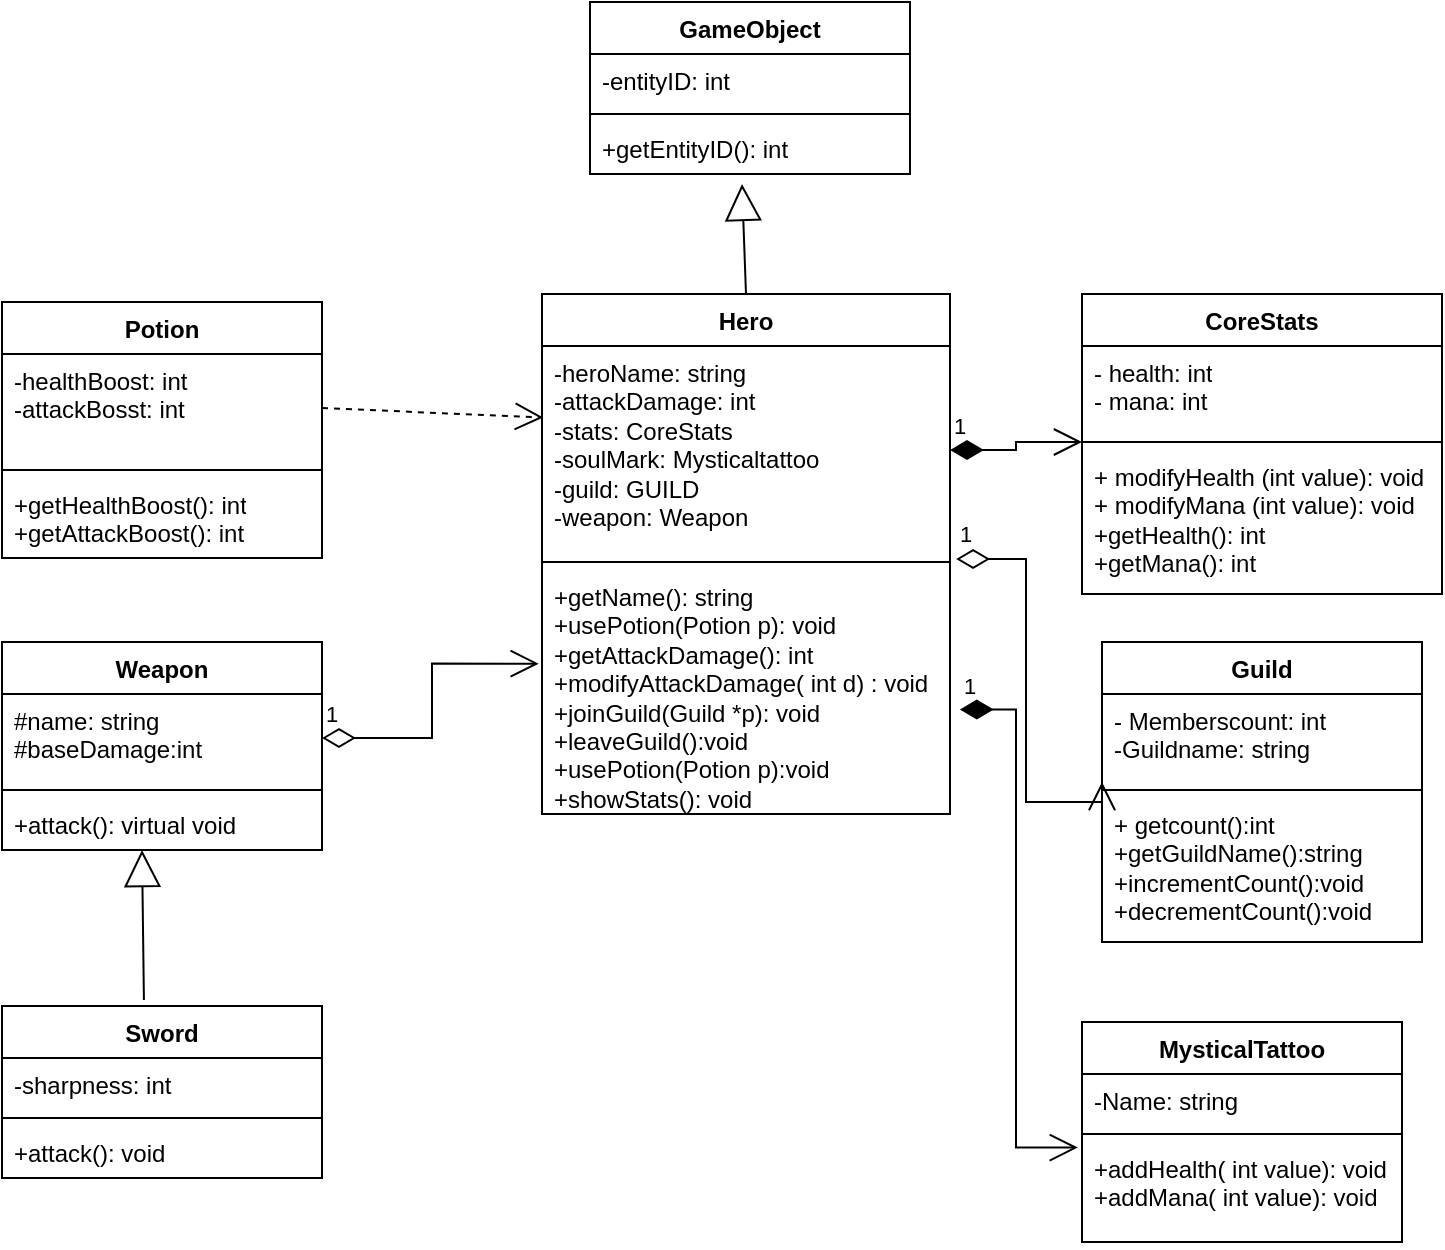
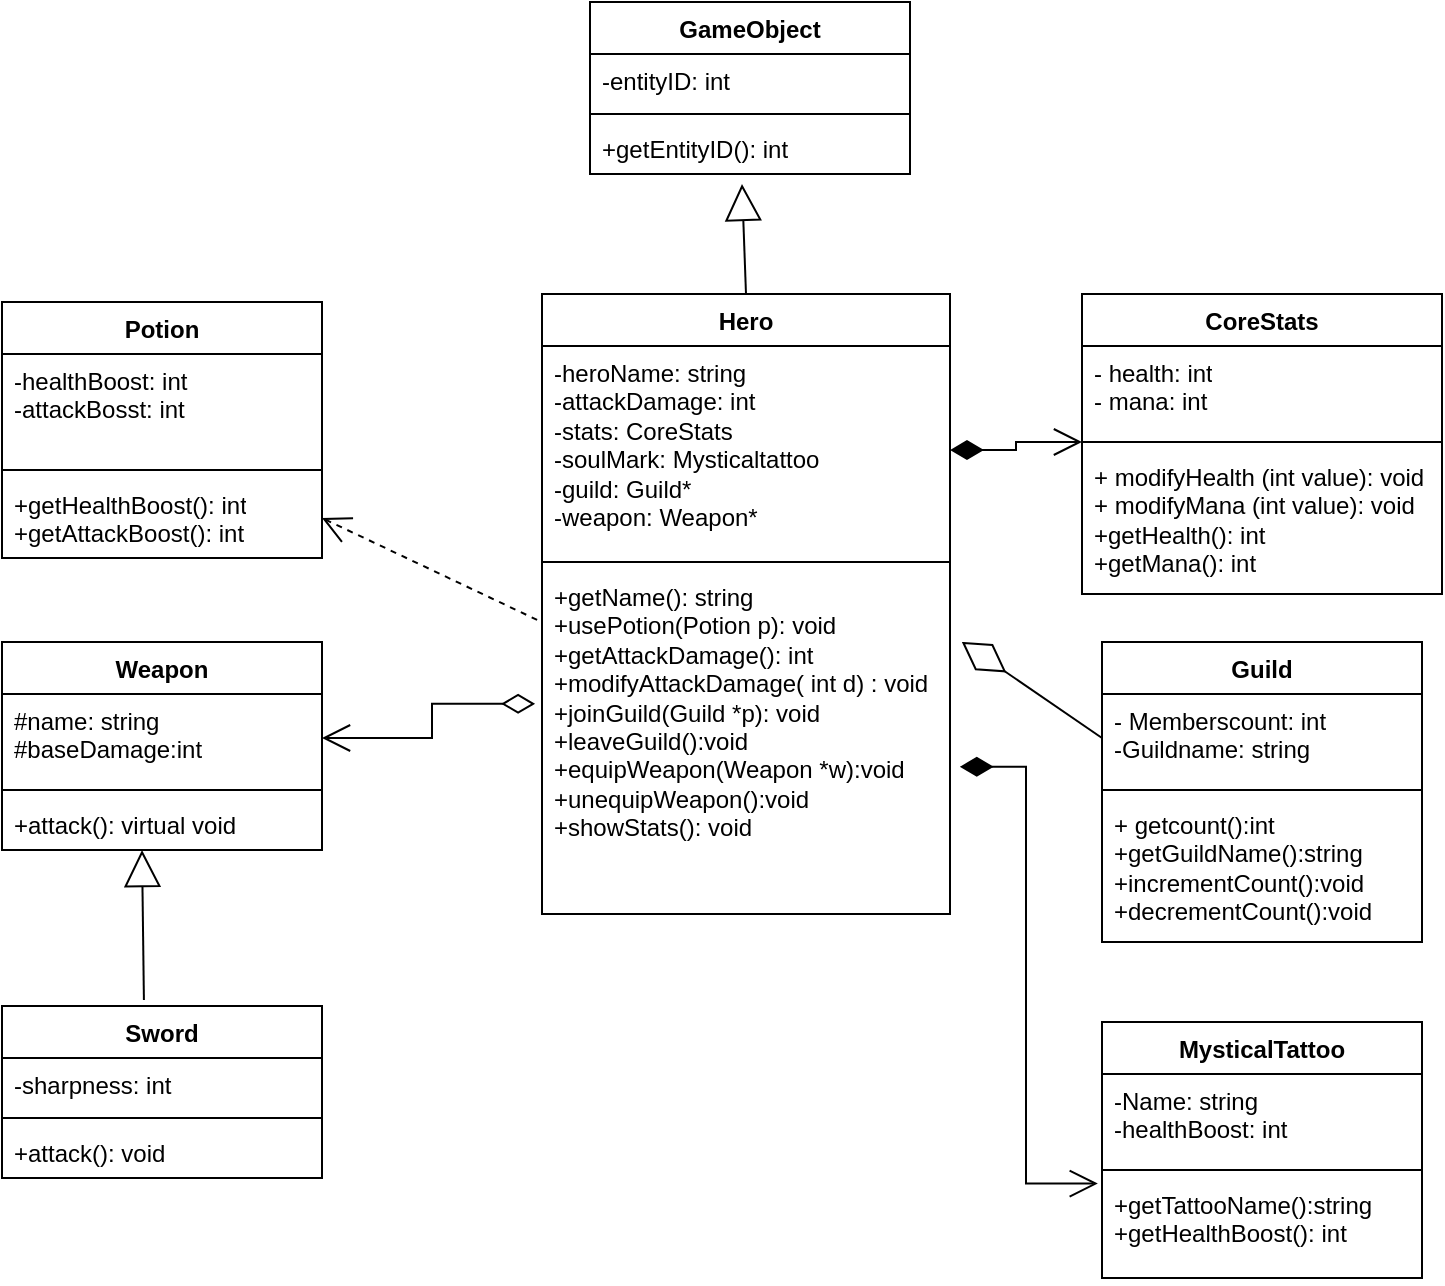
- <mxfile host="Electron" modified="2026-05-22T20:12:13.786Z" agent="Mozilla/5.0 (Windows NT 10.0; Win64; x64) AppleWebKit/537.36 (KHTML, like Gecko) draw.io/24.4.0 Chrome/120.0.6099.109 Electron/28.1.0 Safari/537.36" etag="lQUTYoCUC-oT0JasWb9x" version="24.4.0" type="device">
+ <mxfile host="Electron" modified="2026-05-22T21:52:11.725Z" agent="Mozilla/5.0 (Windows NT 10.0; Win64; x64) AppleWebKit/537.36 (KHTML, like Gecko) draw.io/24.4.0 Chrome/120.0.6099.109 Electron/28.1.0 Safari/537.36" etag="kLW5M1TuMs0XF8sQM5S_" version="24.4.0" type="device">
  <diagram id="C5RBs43oDa-KdzZeNtuy" name="Page-1">
-     <mxGraphModel dx="823" dy="491" grid="1" gridSize="10" guides="1" tooltips="1" connect="1" arrows="1" fold="1" page="1" pageScale="1" pageWidth="827" pageHeight="1169" math="0" shadow="0">
+     <mxGraphModel dx="864" dy="516" grid="1" gridSize="10" guides="1" tooltips="1" connect="1" arrows="1" fold="1" page="1" pageScale="1" pageWidth="827" pageHeight="1169" math="0" shadow="0">
      <root>
        <mxCell id="WIyWlLk6GJQsqaUBKTNV-0" />
        <mxCell id="WIyWlLk6GJQsqaUBKTNV-1" parent="WIyWlLk6GJQsqaUBKTNV-0" />
        <mxCell id="p3vUgTUbWygCvYEN91rt-4" value="Hero" style="swimlane;fontStyle=1;align=center;verticalAlign=top;childLayout=stackLayout;horizontal=1;startSize=26;horizontalStack=0;resizeParent=1;resizeParentMax=0;resizeLast=0;collapsible=1;marginBottom=0;whiteSpace=wrap;html=1;" vertex="1" parent="WIyWlLk6GJQsqaUBKTNV-1">
-           <mxGeometry x="310" y="166" width="204" height="260" as="geometry" />
+           <mxGeometry x="310" y="166" width="204" height="310" as="geometry" />
        </mxCell>
-         <mxCell id="p3vUgTUbWygCvYEN91rt-5" value="-heroName: string&lt;div&gt;-attackDamage: int&lt;/div&gt;&lt;div&gt;-stats: CoreStats&lt;/div&gt;&lt;div&gt;-soulMark: Mysticaltattoo&lt;/div&gt;&lt;div&gt;-guild: GUILD&lt;/div&gt;&lt;div&gt;-weapon: Weapon&lt;/div&gt;&lt;div&gt;&lt;br&gt;&lt;/div&gt;" style="text;strokeColor=none;fillColor=none;align=left;verticalAlign=top;spacingLeft=4;spacingRight=4;overflow=hidden;rotatable=0;points=[[0,0.5],[1,0.5]];portConstraint=eastwest;whiteSpace=wrap;html=1;" vertex="1" parent="p3vUgTUbWygCvYEN91rt-4">
+         <mxCell id="p3vUgTUbWygCvYEN91rt-5" value="-heroName: string&lt;div&gt;-attackDamage: int&lt;/div&gt;&lt;div&gt;-stats: CoreStats&lt;/div&gt;&lt;div&gt;-soulMark: Mysticaltattoo&lt;/div&gt;&lt;div&gt;-guild: Guild*&lt;/div&gt;&lt;div&gt;-weapon: Weapon*&lt;/div&gt;&lt;div&gt;&lt;br&gt;&lt;/div&gt;" style="text;strokeColor=none;fillColor=none;align=left;verticalAlign=top;spacingLeft=4;spacingRight=4;overflow=hidden;rotatable=0;points=[[0,0.5],[1,0.5]];portConstraint=eastwest;whiteSpace=wrap;html=1;" vertex="1" parent="p3vUgTUbWygCvYEN91rt-4">
          <mxGeometry y="26" width="204" height="104" as="geometry" />
        </mxCell>
        <mxCell id="p3vUgTUbWygCvYEN91rt-6" value="" style="line;strokeWidth=1;fillColor=none;align=left;verticalAlign=middle;spacingTop=-1;spacingLeft=3;spacingRight=3;rotatable=0;labelPosition=right;points=[];portConstraint=eastwest;strokeColor=inherit;" vertex="1" parent="p3vUgTUbWygCvYEN91rt-4">
          <mxGeometry y="130" width="204" height="8" as="geometry" />
        </mxCell>
-         <mxCell id="p3vUgTUbWygCvYEN91rt-7" value="+getName(): string&lt;div&gt;+usePotion(Potion p): void&lt;/div&gt;&lt;div&gt;+getAttackDamage(): int&lt;/div&gt;&lt;div&gt;+modifyAttackDamage( int d) : void&lt;/div&gt;&lt;div&gt;+joinGuild(Guild *p): void&lt;/div&gt;&lt;div&gt;+leaveGuild():void&lt;/div&gt;&lt;div&gt;+usePotion(Potion p):void&lt;/div&gt;&lt;div&gt;+showStats(): void&lt;/div&gt;&lt;div&gt;&lt;br&gt;&lt;div&gt;&lt;br&gt;&lt;/div&gt;&lt;/div&gt;" style="text;strokeColor=none;fillColor=none;align=left;verticalAlign=top;spacingLeft=4;spacingRight=4;overflow=hidden;rotatable=0;points=[[0,0.5],[1,0.5]];portConstraint=eastwest;whiteSpace=wrap;html=1;" vertex="1" parent="p3vUgTUbWygCvYEN91rt-4">
-           <mxGeometry y="138" width="204" height="122" as="geometry" />
+         <mxCell id="p3vUgTUbWygCvYEN91rt-7" value="+getName(): string&lt;div&gt;+usePotion(Potion p): void&lt;/div&gt;&lt;div&gt;+getAttackDamage(): int&lt;/div&gt;&lt;div&gt;+modifyAttackDamage( int d) : void&lt;/div&gt;&lt;div&gt;+joinGuild(Guild *p): void&lt;/div&gt;&lt;div&gt;+leaveGuild():void&lt;/div&gt;&lt;div&gt;&lt;span style=&quot;background-color: initial;&quot;&gt;+equipWeapon(Weapon *w):void&lt;/span&gt;&lt;/div&gt;&lt;div&gt;&lt;span style=&quot;background-color: initial;&quot;&gt;+unequipWeapon():void&lt;/span&gt;&lt;/div&gt;&lt;div&gt;&lt;span style=&quot;background-color: initial;&quot;&gt;+showStats(): void&lt;/span&gt;&lt;br&gt;&lt;/div&gt;&lt;div&gt;&lt;br&gt;&lt;div&gt;&lt;br&gt;&lt;/div&gt;&lt;/div&gt;" style="text;strokeColor=none;fillColor=none;align=left;verticalAlign=top;spacingLeft=4;spacingRight=4;overflow=hidden;rotatable=0;points=[[0,0.5],[1,0.5]];portConstraint=eastwest;whiteSpace=wrap;html=1;" vertex="1" parent="p3vUgTUbWygCvYEN91rt-4">
+           <mxGeometry y="138" width="204" height="172" as="geometry" />
        </mxCell>
        <mxCell id="p3vUgTUbWygCvYEN91rt-8" value="CoreStats" style="swimlane;fontStyle=1;align=center;verticalAlign=top;childLayout=stackLayout;horizontal=1;startSize=26;horizontalStack=0;resizeParent=1;resizeParentMax=0;resizeLast=0;collapsible=1;marginBottom=0;whiteSpace=wrap;html=1;" vertex="1" parent="WIyWlLk6GJQsqaUBKTNV-1">
          <mxGeometry x="580" y="166" width="180" height="150" as="geometry" />
        </mxCell>
        <mxCell id="p3vUgTUbWygCvYEN91rt-9" value="- health: int&lt;div&gt;- mana: int&lt;/div&gt;" style="text;strokeColor=none;fillColor=none;align=left;verticalAlign=top;spacingLeft=4;spacingRight=4;overflow=hidden;rotatable=0;points=[[0,0.5],[1,0.5]];portConstraint=eastwest;whiteSpace=wrap;html=1;" vertex="1" parent="p3vUgTUbWygCvYEN91rt-8">
          <mxGeometry y="26" width="180" height="44" as="geometry" />
        </mxCell>
        <mxCell id="p3vUgTUbWygCvYEN91rt-10" value="" style="line;strokeWidth=1;fillColor=none;align=left;verticalAlign=middle;spacingTop=-1;spacingLeft=3;spacingRight=3;rotatable=0;labelPosition=right;points=[];portConstraint=eastwest;strokeColor=inherit;" vertex="1" parent="p3vUgTUbWygCvYEN91rt-8">
          <mxGeometry y="70" width="180" height="8" as="geometry" />
        </mxCell>
        <mxCell id="p3vUgTUbWygCvYEN91rt-11" value="+ modifyHealth (int value): void&lt;div&gt;+ modifyMana (int value): void&lt;/div&gt;&lt;div&gt;+getHealth(): int&lt;/div&gt;&lt;div&gt;+getMana(): int&lt;/div&gt;&lt;div&gt;&lt;br&gt;&lt;div&gt;&lt;br&gt;&lt;/div&gt;&lt;/div&gt;" style="text;strokeColor=none;fillColor=none;align=left;verticalAlign=top;spacingLeft=4;spacingRight=4;overflow=hidden;rotatable=0;points=[[0,0.5],[1,0.5]];portConstraint=eastwest;whiteSpace=wrap;html=1;" vertex="1" parent="p3vUgTUbWygCvYEN91rt-8">
          <mxGeometry y="78" width="180" height="72" as="geometry" />
        </mxCell>
        <mxCell id="p3vUgTUbWygCvYEN91rt-12" value="MysticalTattoo" style="swimlane;fontStyle=1;align=center;verticalAlign=top;childLayout=stackLayout;horizontal=1;startSize=26;horizontalStack=0;resizeParent=1;resizeParentMax=0;resizeLast=0;collapsible=1;marginBottom=0;whiteSpace=wrap;html=1;" vertex="1" parent="WIyWlLk6GJQsqaUBKTNV-1">
-           <mxGeometry x="580" y="530" width="160" height="110" as="geometry" />
+           <mxGeometry x="590" y="530" width="160" height="128" as="geometry" />
        </mxCell>
-         <mxCell id="p3vUgTUbWygCvYEN91rt-13" value="-Name: string" style="text;strokeColor=none;fillColor=none;align=left;verticalAlign=top;spacingLeft=4;spacingRight=4;overflow=hidden;rotatable=0;points=[[0,0.5],[1,0.5]];portConstraint=eastwest;whiteSpace=wrap;html=1;" vertex="1" parent="p3vUgTUbWygCvYEN91rt-12">
-           <mxGeometry y="26" width="160" height="26" as="geometry" />
+         <mxCell id="p3vUgTUbWygCvYEN91rt-13" value="-Name: string&lt;div&gt;-healthBoost: int&lt;/div&gt;" style="text;strokeColor=none;fillColor=none;align=left;verticalAlign=top;spacingLeft=4;spacingRight=4;overflow=hidden;rotatable=0;points=[[0,0.5],[1,0.5]];portConstraint=eastwest;whiteSpace=wrap;html=1;" vertex="1" parent="p3vUgTUbWygCvYEN91rt-12">
+           <mxGeometry y="26" width="160" height="44" as="geometry" />
        </mxCell>
        <mxCell id="p3vUgTUbWygCvYEN91rt-14" value="" style="line;strokeWidth=1;fillColor=none;align=left;verticalAlign=middle;spacingTop=-1;spacingLeft=3;spacingRight=3;rotatable=0;labelPosition=right;points=[];portConstraint=eastwest;strokeColor=inherit;" vertex="1" parent="p3vUgTUbWygCvYEN91rt-12">
-           <mxGeometry y="52" width="160" height="8" as="geometry" />
+           <mxGeometry y="70" width="160" height="8" as="geometry" />
        </mxCell>
-         <mxCell id="p3vUgTUbWygCvYEN91rt-15" value="+addHealth( int value): void&lt;div&gt;+addMana( int value): void&lt;/div&gt;" style="text;strokeColor=none;fillColor=none;align=left;verticalAlign=top;spacingLeft=4;spacingRight=4;overflow=hidden;rotatable=0;points=[[0,0.5],[1,0.5]];portConstraint=eastwest;whiteSpace=wrap;html=1;" vertex="1" parent="p3vUgTUbWygCvYEN91rt-12">
-           <mxGeometry y="60" width="160" height="50" as="geometry" />
+         <mxCell id="p3vUgTUbWygCvYEN91rt-15" value="+getTattooName():string&lt;div&gt;+getHealthBoost(): int&lt;/div&gt;" style="text;strokeColor=none;fillColor=none;align=left;verticalAlign=top;spacingLeft=4;spacingRight=4;overflow=hidden;rotatable=0;points=[[0,0.5],[1,0.5]];portConstraint=eastwest;whiteSpace=wrap;html=1;" vertex="1" parent="p3vUgTUbWygCvYEN91rt-12">
+           <mxGeometry y="78" width="160" height="50" as="geometry" />
        </mxCell>
        <mxCell id="p3vUgTUbWygCvYEN91rt-16" value="Guild" style="swimlane;fontStyle=1;align=center;verticalAlign=top;childLayout=stackLayout;horizontal=1;startSize=26;horizontalStack=0;resizeParent=1;resizeParentMax=0;resizeLast=0;collapsible=1;marginBottom=0;whiteSpace=wrap;html=1;" vertex="1" parent="WIyWlLk6GJQsqaUBKTNV-1">
          <mxGeometry x="590" y="340" width="160" height="150" as="geometry" />
        </mxCell>
        <mxCell id="p3vUgTUbWygCvYEN91rt-17" value="- Memberscount: int&lt;div&gt;-Guildname: string&lt;/div&gt;" style="text;strokeColor=none;fillColor=none;align=left;verticalAlign=top;spacingLeft=4;spacingRight=4;overflow=hidden;rotatable=0;points=[[0,0.5],[1,0.5]];portConstraint=eastwest;whiteSpace=wrap;html=1;" vertex="1" parent="p3vUgTUbWygCvYEN91rt-16">
          <mxGeometry y="26" width="160" height="44" as="geometry" />
        </mxCell>
        <mxCell id="p3vUgTUbWygCvYEN91rt-18" value="" style="line;strokeWidth=1;fillColor=none;align=left;verticalAlign=middle;spacingTop=-1;spacingLeft=3;spacingRight=3;rotatable=0;labelPosition=right;points=[];portConstraint=eastwest;strokeColor=inherit;" vertex="1" parent="p3vUgTUbWygCvYEN91rt-16">
          <mxGeometry y="70" width="160" height="8" as="geometry" />
        </mxCell>
        <mxCell id="p3vUgTUbWygCvYEN91rt-19" value="+ getcount():int&lt;div&gt;+getGuildName():string&lt;br&gt;&lt;div&gt;+incrementCount():void&lt;/div&gt;&lt;div&gt;+decrementCount():void&lt;br&gt;&lt;div&gt;&lt;br&gt;&lt;/div&gt;&lt;/div&gt;&lt;/div&gt;" style="text;strokeColor=none;fillColor=none;align=left;verticalAlign=top;spacingLeft=4;spacingRight=4;overflow=hidden;rotatable=0;points=[[0,0.5],[1,0.5]];portConstraint=eastwest;whiteSpace=wrap;html=1;" vertex="1" parent="p3vUgTUbWygCvYEN91rt-16">
          <mxGeometry y="78" width="160" height="72" as="geometry" />
        </mxCell>
        <mxCell id="p3vUgTUbWygCvYEN91rt-20" value="Weapon" style="swimlane;fontStyle=1;align=center;verticalAlign=top;childLayout=stackLayout;horizontal=1;startSize=26;horizontalStack=0;resizeParent=1;resizeParentMax=0;resizeLast=0;collapsible=1;marginBottom=0;whiteSpace=wrap;html=1;" vertex="1" parent="WIyWlLk6GJQsqaUBKTNV-1">
          <mxGeometry x="40" y="340" width="160" height="104" as="geometry" />
        </mxCell>
        <mxCell id="p3vUgTUbWygCvYEN91rt-21" value="#name: string&lt;div&gt;#baseDamage:int&lt;br&gt;&lt;div&gt;&lt;br&gt;&lt;/div&gt;&lt;/div&gt;" style="text;strokeColor=none;fillColor=none;align=left;verticalAlign=top;spacingLeft=4;spacingRight=4;overflow=hidden;rotatable=0;points=[[0,0.5],[1,0.5]];portConstraint=eastwest;whiteSpace=wrap;html=1;" vertex="1" parent="p3vUgTUbWygCvYEN91rt-20">
          <mxGeometry y="26" width="160" height="44" as="geometry" />
        </mxCell>
        <mxCell id="p3vUgTUbWygCvYEN91rt-22" value="" style="line;strokeWidth=1;fillColor=none;align=left;verticalAlign=middle;spacingTop=-1;spacingLeft=3;spacingRight=3;rotatable=0;labelPosition=right;points=[];portConstraint=eastwest;strokeColor=inherit;" vertex="1" parent="p3vUgTUbWygCvYEN91rt-20">
          <mxGeometry y="70" width="160" height="8" as="geometry" />
        </mxCell>
        <mxCell id="p3vUgTUbWygCvYEN91rt-23" value="+attack(): virtual void" style="text;strokeColor=none;fillColor=none;align=left;verticalAlign=top;spacingLeft=4;spacingRight=4;overflow=hidden;rotatable=0;points=[[0,0.5],[1,0.5]];portConstraint=eastwest;whiteSpace=wrap;html=1;" vertex="1" parent="p3vUgTUbWygCvYEN91rt-20">
          <mxGeometry y="78" width="160" height="26" as="geometry" />
        </mxCell>
        <mxCell id="p3vUgTUbWygCvYEN91rt-24" value="Potion" style="swimlane;fontStyle=1;align=center;verticalAlign=top;childLayout=stackLayout;horizontal=1;startSize=26;horizontalStack=0;resizeParent=1;resizeParentMax=0;resizeLast=0;collapsible=1;marginBottom=0;whiteSpace=wrap;html=1;" vertex="1" parent="WIyWlLk6GJQsqaUBKTNV-1">
          <mxGeometry x="40" y="170" width="160" height="128" as="geometry" />
        </mxCell>
        <mxCell id="p3vUgTUbWygCvYEN91rt-25" value="-healthBoost: int&lt;div&gt;-attackBosst: int&lt;/div&gt;" style="text;strokeColor=none;fillColor=none;align=left;verticalAlign=top;spacingLeft=4;spacingRight=4;overflow=hidden;rotatable=0;points=[[0,0.5],[1,0.5]];portConstraint=eastwest;whiteSpace=wrap;html=1;" vertex="1" parent="p3vUgTUbWygCvYEN91rt-24">
          <mxGeometry y="26" width="160" height="54" as="geometry" />
        </mxCell>
        <mxCell id="p3vUgTUbWygCvYEN91rt-26" value="" style="line;strokeWidth=1;fillColor=none;align=left;verticalAlign=middle;spacingTop=-1;spacingLeft=3;spacingRight=3;rotatable=0;labelPosition=right;points=[];portConstraint=eastwest;strokeColor=inherit;" vertex="1" parent="p3vUgTUbWygCvYEN91rt-24">
          <mxGeometry y="80" width="160" height="8" as="geometry" />
        </mxCell>
        <mxCell id="p3vUgTUbWygCvYEN91rt-27" value="+getHealthBoost(): int&lt;div&gt;+getAttackBoost(): int&lt;/div&gt;" style="text;strokeColor=none;fillColor=none;align=left;verticalAlign=top;spacingLeft=4;spacingRight=4;overflow=hidden;rotatable=0;points=[[0,0.5],[1,0.5]];portConstraint=eastwest;whiteSpace=wrap;html=1;" vertex="1" parent="p3vUgTUbWygCvYEN91rt-24">
          <mxGeometry y="88" width="160" height="40" as="geometry" />
        </mxCell>
        <mxCell id="p3vUgTUbWygCvYEN91rt-28" value="Sword" style="swimlane;fontStyle=1;align=center;verticalAlign=top;childLayout=stackLayout;horizontal=1;startSize=26;horizontalStack=0;resizeParent=1;resizeParentMax=0;resizeLast=0;collapsible=1;marginBottom=0;whiteSpace=wrap;html=1;" vertex="1" parent="WIyWlLk6GJQsqaUBKTNV-1">
          <mxGeometry x="40" y="522" width="160" height="86" as="geometry" />
        </mxCell>
        <mxCell id="p3vUgTUbWygCvYEN91rt-29" value="-sharpness: int" style="text;strokeColor=none;fillColor=none;align=left;verticalAlign=top;spacingLeft=4;spacingRight=4;overflow=hidden;rotatable=0;points=[[0,0.5],[1,0.5]];portConstraint=eastwest;whiteSpace=wrap;html=1;" vertex="1" parent="p3vUgTUbWygCvYEN91rt-28">
          <mxGeometry y="26" width="160" height="26" as="geometry" />
        </mxCell>
        <mxCell id="p3vUgTUbWygCvYEN91rt-30" value="" style="line;strokeWidth=1;fillColor=none;align=left;verticalAlign=middle;spacingTop=-1;spacingLeft=3;spacingRight=3;rotatable=0;labelPosition=right;points=[];portConstraint=eastwest;strokeColor=inherit;" vertex="1" parent="p3vUgTUbWygCvYEN91rt-28">
          <mxGeometry y="52" width="160" height="8" as="geometry" />
        </mxCell>
        <mxCell id="p3vUgTUbWygCvYEN91rt-31" value="+attack(): void" style="text;strokeColor=none;fillColor=none;align=left;verticalAlign=top;spacingLeft=4;spacingRight=4;overflow=hidden;rotatable=0;points=[[0,0.5],[1,0.5]];portConstraint=eastwest;whiteSpace=wrap;html=1;" vertex="1" parent="p3vUgTUbWygCvYEN91rt-28">
          <mxGeometry y="60" width="160" height="26" as="geometry" />
        </mxCell>
        <mxCell id="p3vUgTUbWygCvYEN91rt-33" value="GameObject" style="swimlane;fontStyle=1;align=center;verticalAlign=top;childLayout=stackLayout;horizontal=1;startSize=26;horizontalStack=0;resizeParent=1;resizeParentMax=0;resizeLast=0;collapsible=1;marginBottom=0;whiteSpace=wrap;html=1;" vertex="1" parent="WIyWlLk6GJQsqaUBKTNV-1">
          <mxGeometry x="334" y="20" width="160" height="86" as="geometry" />
        </mxCell>
        <mxCell id="p3vUgTUbWygCvYEN91rt-34" value="-entityID: int" style="text;strokeColor=none;fillColor=none;align=left;verticalAlign=top;spacingLeft=4;spacingRight=4;overflow=hidden;rotatable=0;points=[[0,0.5],[1,0.5]];portConstraint=eastwest;whiteSpace=wrap;html=1;" vertex="1" parent="p3vUgTUbWygCvYEN91rt-33">
          <mxGeometry y="26" width="160" height="26" as="geometry" />
        </mxCell>
        <mxCell id="p3vUgTUbWygCvYEN91rt-35" value="" style="line;strokeWidth=1;fillColor=none;align=left;verticalAlign=middle;spacingTop=-1;spacingLeft=3;spacingRight=3;rotatable=0;labelPosition=right;points=[];portConstraint=eastwest;strokeColor=inherit;" vertex="1" parent="p3vUgTUbWygCvYEN91rt-33">
          <mxGeometry y="52" width="160" height="8" as="geometry" />
        </mxCell>
        <mxCell id="p3vUgTUbWygCvYEN91rt-36" value="+getEntityID(): int" style="text;strokeColor=none;fillColor=none;align=left;verticalAlign=top;spacingLeft=4;spacingRight=4;overflow=hidden;rotatable=0;points=[[0,0.5],[1,0.5]];portConstraint=eastwest;whiteSpace=wrap;html=1;" vertex="1" parent="p3vUgTUbWygCvYEN91rt-33">
          <mxGeometry y="60" width="160" height="26" as="geometry" />
        </mxCell>
        <mxCell id="p3vUgTUbWygCvYEN91rt-41" value="" style="endArrow=block;endSize=16;endFill=0;html=1;rounded=0;exitX=0.5;exitY=0;exitDx=0;exitDy=0;entryX=0.475;entryY=1.192;entryDx=0;entryDy=0;entryPerimeter=0;" edge="1" parent="WIyWlLk6GJQsqaUBKTNV-1" source="p3vUgTUbWygCvYEN91rt-4" target="p3vUgTUbWygCvYEN91rt-36">
          <mxGeometry width="160" relative="1" as="geometry">
            <mxPoint x="330" y="270" as="sourcePoint" />
            <mxPoint x="490" y="270" as="targetPoint" />
          </mxGeometry>
        </mxCell>
        <mxCell id="p3vUgTUbWygCvYEN91rt-42" value="" style="endArrow=block;endSize=16;endFill=0;html=1;rounded=0;exitX=0.5;exitY=0;exitDx=0;exitDy=0;" edge="1" parent="WIyWlLk6GJQsqaUBKTNV-1">
          <mxGeometry width="160" relative="1" as="geometry">
            <mxPoint x="110.95999999999995" y="519" as="sourcePoint" />
            <mxPoint x="110" y="444" as="targetPoint" />
          </mxGeometry>
        </mxCell>
-         <mxCell id="p3vUgTUbWygCvYEN91rt-43" value="1" style="endArrow=open;html=1;endSize=12;startArrow=diamondThin;startSize=14;startFill=1;edgeStyle=orthogonalEdgeStyle;align=left;verticalAlign=bottom;rounded=0;exitX=1;exitY=0.5;exitDx=0;exitDy=0;entryX=0;entryY=1.091;entryDx=0;entryDy=0;entryPerimeter=0;" edge="1" parent="WIyWlLk6GJQsqaUBKTNV-1" source="p3vUgTUbWygCvYEN91rt-5" target="p3vUgTUbWygCvYEN91rt-9">
+         <mxCell id="p3vUgTUbWygCvYEN91rt-43" value="" style="endArrow=open;html=1;endSize=12;startArrow=diamondThin;startSize=14;startFill=1;edgeStyle=orthogonalEdgeStyle;align=left;verticalAlign=bottom;rounded=0;exitX=1;exitY=0.5;exitDx=0;exitDy=0;entryX=0;entryY=1.091;entryDx=0;entryDy=0;entryPerimeter=0;" edge="1" parent="WIyWlLk6GJQsqaUBKTNV-1" source="p3vUgTUbWygCvYEN91rt-5" target="p3vUgTUbWygCvYEN91rt-9">
          <mxGeometry x="-1" y="3" relative="1" as="geometry">
            <mxPoint x="340" y="340" as="sourcePoint" />
            <mxPoint x="500" y="340" as="targetPoint" />
          </mxGeometry>
        </mxCell>
-         <mxCell id="p3vUgTUbWygCvYEN91rt-49" value="" style="endArrow=open;endSize=12;dashed=1;html=1;rounded=0;entryX=0.003;entryY=0.344;entryDx=0;entryDy=0;exitX=1;exitY=0.5;exitDx=0;exitDy=0;entryPerimeter=0;" edge="1" parent="WIyWlLk6GJQsqaUBKTNV-1" source="p3vUgTUbWygCvYEN91rt-25" target="p3vUgTUbWygCvYEN91rt-5">
+         <mxCell id="p3vUgTUbWygCvYEN91rt-56" value="" style="endArrow=open;html=1;endSize=12;startArrow=diamondThin;startSize=14;startFill=1;edgeStyle=orthogonalEdgeStyle;align=left;verticalAlign=bottom;rounded=0;exitX=1.024;exitY=0.572;exitDx=0;exitDy=0;exitPerimeter=0;entryX=-0.013;entryY=0.056;entryDx=0;entryDy=0;entryPerimeter=0;" edge="1" parent="WIyWlLk6GJQsqaUBKTNV-1" source="p3vUgTUbWygCvYEN91rt-7" target="p3vUgTUbWygCvYEN91rt-15">
+           <mxGeometry x="-1" y="3" relative="1" as="geometry">
+             <mxPoint x="370" y="540" as="sourcePoint" />
+             <mxPoint x="530" y="540" as="targetPoint" />
+           </mxGeometry>
+         </mxCell>
+         <mxCell id="p3vUgTUbWygCvYEN91rt-49" value="" style="endArrow=open;endSize=12;dashed=1;html=1;rounded=0;entryX=1;entryY=0.5;entryDx=0;entryDy=0;exitX=-0.012;exitY=0.145;exitDx=0;exitDy=0;exitPerimeter=0;" edge="1" parent="WIyWlLk6GJQsqaUBKTNV-1" source="p3vUgTUbWygCvYEN91rt-7" target="p3vUgTUbWygCvYEN91rt-27">
          <mxGeometry width="160" relative="1" as="geometry">
            <mxPoint x="260" y="390" as="sourcePoint" />
            <mxPoint x="420" y="390" as="targetPoint" />
          </mxGeometry>
        </mxCell>
-         <mxCell id="p3vUgTUbWygCvYEN91rt-53" value="1" style="endArrow=open;html=1;endSize=12;startArrow=diamondThin;startSize=14;startFill=0;edgeStyle=orthogonalEdgeStyle;align=left;verticalAlign=bottom;rounded=0;entryX=0;entryY=1;entryDx=0;entryDy=0;entryPerimeter=0;exitX=1.015;exitY=1.024;exitDx=0;exitDy=0;exitPerimeter=0;" edge="1" parent="WIyWlLk6GJQsqaUBKTNV-1" source="p3vUgTUbWygCvYEN91rt-5" target="p3vUgTUbWygCvYEN91rt-17">
+         <mxCell id="p3vUgTUbWygCvYEN91rt-58" value="" style="endArrow=open;html=1;endSize=12;startArrow=diamondThin;startSize=14;startFill=0;edgeStyle=orthogonalEdgeStyle;align=left;verticalAlign=bottom;rounded=0;entryX=1;entryY=0.5;entryDx=0;entryDy=0;exitX=-0.017;exitY=0.389;exitDx=0;exitDy=0;exitPerimeter=0;" edge="1" parent="WIyWlLk6GJQsqaUBKTNV-1" source="p3vUgTUbWygCvYEN91rt-7" target="p3vUgTUbWygCvYEN91rt-21">
          <mxGeometry x="-1" y="3" relative="1" as="geometry">
-             <mxPoint x="380" y="380" as="sourcePoint" />
-             <mxPoint x="540" y="380" as="targetPoint" />
+             <mxPoint x="290" y="370" as="sourcePoint" />
+             <mxPoint x="460" y="420" as="targetPoint" />
          </mxGeometry>
        </mxCell>
-         <mxCell id="p3vUgTUbWygCvYEN91rt-56" value="1" style="endArrow=open;html=1;endSize=12;startArrow=diamondThin;startSize=14;startFill=1;edgeStyle=orthogonalEdgeStyle;align=left;verticalAlign=bottom;rounded=0;exitX=1.024;exitY=0.572;exitDx=0;exitDy=0;exitPerimeter=0;entryX=-0.013;entryY=0.056;entryDx=0;entryDy=0;entryPerimeter=0;" edge="1" parent="WIyWlLk6GJQsqaUBKTNV-1" source="p3vUgTUbWygCvYEN91rt-7" target="p3vUgTUbWygCvYEN91rt-15">
-           <mxGeometry x="-1" y="3" relative="1" as="geometry">
-             <mxPoint x="370" y="540" as="sourcePoint" />
-             <mxPoint x="530" y="540" as="targetPoint" />
-           </mxGeometry>
-         </mxCell>
-         <mxCell id="p3vUgTUbWygCvYEN91rt-57" value="1" style="endArrow=open;html=1;endSize=12;startArrow=diamondThin;startSize=14;startFill=0;edgeStyle=orthogonalEdgeStyle;align=left;verticalAlign=bottom;rounded=0;exitX=1;exitY=0.5;exitDx=0;exitDy=0;entryX=-0.008;entryY=0.384;entryDx=0;entryDy=0;entryPerimeter=0;" edge="1" parent="WIyWlLk6GJQsqaUBKTNV-1" source="p3vUgTUbWygCvYEN91rt-21" target="p3vUgTUbWygCvYEN91rt-7">
-           <mxGeometry x="-1" y="3" relative="1" as="geometry">
-             <mxPoint x="320" y="430" as="sourcePoint" />
-             <mxPoint x="480" y="430" as="targetPoint" />
+         <mxCell id="p3vUgTUbWygCvYEN91rt-60" value="" style="endArrow=diamondThin;endFill=0;endSize=24;html=1;rounded=0;exitX=0;exitY=0.5;exitDx=0;exitDy=0;entryX=1.029;entryY=0.209;entryDx=0;entryDy=0;entryPerimeter=0;" edge="1" parent="WIyWlLk6GJQsqaUBKTNV-1" source="p3vUgTUbWygCvYEN91rt-17" target="p3vUgTUbWygCvYEN91rt-7">
+           <mxGeometry width="160" relative="1" as="geometry">
+             <mxPoint x="470" y="420" as="sourcePoint" />
+             <mxPoint x="560" y="340" as="targetPoint" />
          </mxGeometry>
        </mxCell>
      </root>
    </mxGraphModel>
  </diagram>
</mxfile>
